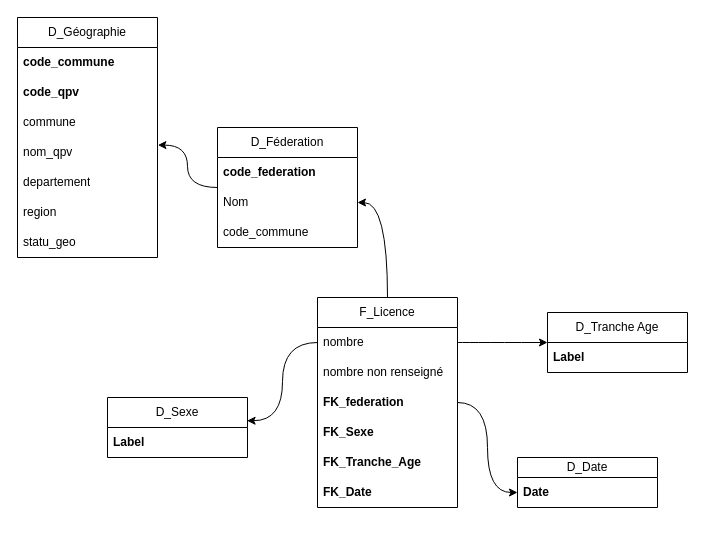
Adoupro/rugby keeps this draw.io diagram as page "Licence" (1 of 2) of documentation/ERD.drawio. Above is the earlier version. Source tidied: cells renumbered, new cells numbered last; positions are measured from the earlier drawing's top-left corner, leaving out a move shared by most shapes. Both pictures are drawn from the tidied source at 100%, with x=0, y=0 at pixel (17, 17).
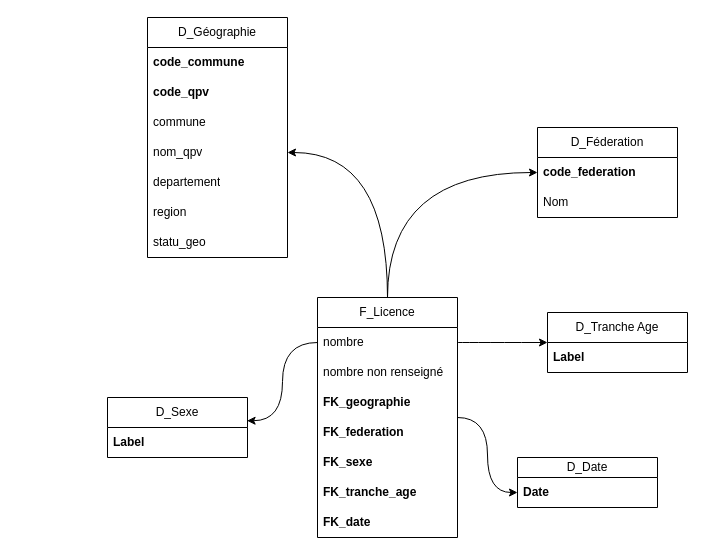
Above is the later version.

The change refers to these unchanged cells:
```xml
<mxCell id="6" value="nom_qpv" style="text;strokeColor=none;fillColor=none;align=left;verticalAlign=middle;spacingLeft=4;spacingRight=4;overflow=hidden;points=[[0,0.5],[1,0.5]];portConstraint=eastwest;whiteSpace=wrap;html=1;" parent="2" vertex="1">
  <mxGeometry y="120" width="140" height="30" as="geometry" />
</mxCell>
<mxCell id="11" value="code_federation" style="text;strokeColor=none;fillColor=none;align=left;verticalAlign=middle;spacingLeft=4;spacingRight=4;overflow=hidden;points=[[0,0.5],[1,0.5]];portConstraint=eastwest;whiteSpace=wrap;html=1;fontStyle=1;" parent="10" vertex="1">
  <mxGeometry y="30" width="140" height="30" as="geometry" />
</mxCell>
<mxCell id="12" value="Nom" style="text;strokeColor=none;fillColor=none;align=left;verticalAlign=middle;spacingLeft=4;spacingRight=4;overflow=hidden;points=[[0,0.5],[1,0.5]];portConstraint=eastwest;whiteSpace=wrap;html=1;" parent="10" vertex="1">
  <mxGeometry y="60" width="140" height="30" as="geometry" />
</mxCell>
```

Diff of the diagram source:
```diff
@@
     <mxCell id="2" value="D_Géographie" style="swimlane;fontStyle=0;horizontal=1;startSize=30;whiteSpace=wrap;html=1;" parent="1" vertex="1">
-      <mxGeometry width="140" height="240" as="geometry" />
+      <mxGeometry x="130" width="140" height="240" as="geometry" />
     </mxCell>
@@
     <mxCell id="10" value="D_Féderation" style="swimlane;fontStyle=0;horizontal=1;startSize=30;whiteSpace=wrap;html=1;" parent="1" vertex="1">
-      <mxGeometry x="200" y="110" width="140" height="120" as="geometry" />
+      <mxGeometry x="520" y="110" width="140" height="90" as="geometry" />
     </mxCell>
@@
-    <mxCell id="13" value="code_commune" style="text;strokeColor=none;fillColor=none;align=left;verticalAlign=middle;spacingLeft=4;spacingRight=4;overflow=hidden;whiteSpace=wrap;html=1;" parent="10" vertex="1">
-      <mxGeometry y="90" width="140" height="30" as="geometry" />
-    </mxCell>
@@
+    <mxCell id="32" style="edgeStyle=orthogonalEdgeStyle;rounded=0;jettySize=auto;html=1;curved=1;" parent="1" edge="1" source="17" target="11">
+      <mxGeometry relative="1" as="geometry" />
+    </mxCell>
     <mxCell id="17" value="F_Licence" style="swimlane;fontStyle=0;horizontal=1;startSize=30;whiteSpace=wrap;html=1;" parent="1" vertex="1">
-      <mxGeometry x="300" y="280" width="140" height="210" as="geometry" />
+      <mxGeometry x="300" y="280" width="140" height="240" as="geometry" />
     </mxCell>
@@
+    <mxCell id="33" value="FK_geographie" style="text;strokeColor=none;fillColor=none;align=left;verticalAlign=middle;spacingLeft=4;spacingRight=4;overflow=hidden;whiteSpace=wrap;html=1;fontStyle=1;" parent="17" vertex="1">
+      <mxGeometry y="90" width="140" height="30" as="geometry" />
+    </mxCell>
     <mxCell id="20" value="FK_federation" style="text;strokeColor=none;fillColor=none;align=left;verticalAlign=middle;spacingLeft=4;spacingRight=4;overflow=hidden;whiteSpace=wrap;html=1;fontStyle=1;" parent="17" vertex="1">
-      <mxGeometry y="90" width="140" height="30" as="geometry" />
+      <mxGeometry y="120" width="140" height="30" as="geometry" />
     </mxCell>
-    <mxCell id="21" value="FK_Sexe" style="text;strokeColor=none;fillColor=none;align=left;verticalAlign=middle;spacingLeft=4;spacingRight=4;overflow=hidden;whiteSpace=wrap;html=1;fontStyle=1;" parent="17" vertex="1">
-      <mxGeometry y="120" width="140" height="30" as="geometry" />
+    <mxCell id="21" value="FK_sexe" style="text;strokeColor=none;fillColor=none;align=left;verticalAlign=middle;spacingLeft=4;spacingRight=4;overflow=hidden;whiteSpace=wrap;html=1;fontStyle=1;" parent="17" vertex="1">
+      <mxGeometry y="150" width="140" height="30" as="geometry" />
     </mxCell>
-    <mxCell id="22" value="FK_Tranche_Age" style="text;strokeColor=none;fillColor=none;align=left;verticalAlign=middle;spacingLeft=4;spacingRight=4;overflow=hidden;whiteSpace=wrap;html=1;fontStyle=1;" parent="17" vertex="1">
-      <mxGeometry y="150" width="140" height="30" as="geometry" />
+    <mxCell id="22" value="FK_tranche_age" style="text;strokeColor=none;fillColor=none;align=left;verticalAlign=middle;spacingLeft=4;spacingRight=4;overflow=hidden;whiteSpace=wrap;html=1;fontStyle=1;" parent="17" vertex="1">
+      <mxGeometry y="180" width="140" height="30" as="geometry" />
     </mxCell>
-    <mxCell id="23" value="FK_Date" style="text;strokeColor=none;fillColor=none;align=left;verticalAlign=middle;spacingLeft=4;spacingRight=4;overflow=hidden;whiteSpace=wrap;html=1;fontStyle=1;" parent="17" vertex="1">
-      <mxGeometry y="180" width="140" height="30" as="geometry" />
+    <mxCell id="23" value="FK_date" style="text;strokeColor=none;fillColor=none;align=left;verticalAlign=middle;spacingLeft=4;spacingRight=4;overflow=hidden;whiteSpace=wrap;html=1;fontStyle=1;" parent="17" vertex="1">
+      <mxGeometry y="210" width="140" height="30" as="geometry" />
     </mxCell>
@@
-    <mxCell id="26" style="edgeStyle=orthogonalEdgeStyle;rounded=0;jettySize=auto;html=1;entryX=1.003;entryY=0.253;entryDx=0;entryDy=0;entryPerimeter=0;curved=1;" parent="1" edge="1" source="10" target="6">
-      <mxGeometry relative="1" as="geometry" />
-    </mxCell>
-    <mxCell id="27" style="edgeStyle=orthogonalEdgeStyle;rounded=0;jettySize=auto;html=1;curved=1;" parent="1" edge="1" source="17" target="12">
+    <mxCell id="27" style="edgeStyle=orthogonalEdgeStyle;rounded=0;jettySize=auto;html=1;curved=1;entryX=1;entryY=0.5;entryDx=0;entryDy=0;" parent="1" edge="1" source="17" target="6">
       <mxGeometry relative="1" as="geometry" />
     </mxCell>
```
